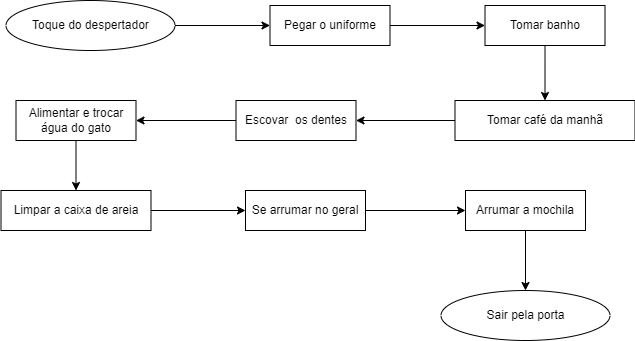
This is Atividade1.drawio.png from YasminTrembulack/draw.io, a draw.io export, as it was before one commit. Source tidied: cells renumbered, new cells last; positions are measured from the earlier drawing's top-left corner, leaving out a move shared by most shapes. Source of this version:
```xml
<mxGraphModel>
  <root>
    <mxCell id="0" />
    <mxCell id="1" parent="0" />
    <mxCell id="2" value="Toque do despertador" style="ellipse;whiteSpace=wrap;html=1;" parent="1" vertex="1">
      <mxGeometry x="4.5" width="169" height="50" as="geometry" />
    </mxCell>
    <mxCell id="3" value="Pegar o uniforme" style="rounded=0;whiteSpace=wrap;html=1;" parent="1" vertex="1">
      <mxGeometry x="268.5" y="5" width="120" height="40" as="geometry" />
    </mxCell>
    <mxCell id="4" style="endArrow=classic;html=1;rounded=0;exitX=1;exitY=0.5;exitDx=0;exitDy=0;entryX=0;entryY=0.5;entryDx=0;entryDy=0;" parent="1" edge="1" source="2" target="3">
      <mxGeometry relative="1" as="geometry" />
    </mxCell>
    <mxCell id="5" value="Tomar banho" style="rounded=0;whiteSpace=wrap;html=1;" parent="1" vertex="1">
      <mxGeometry x="483.5" y="5" width="120" height="40" as="geometry" />
    </mxCell>
    <mxCell id="6" style="endArrow=classic;html=1;rounded=0;exitX=1;exitY=0.5;exitDx=0;exitDy=0;entryX=0;entryY=0.5;entryDx=0;entryDy=0;" parent="1" edge="1" source="3" target="5">
      <mxGeometry relative="1" as="geometry" />
    </mxCell>
    <mxCell id="7" value="Tomar café da manhã" style="rounded=0;whiteSpace=wrap;html=1;" parent="1" vertex="1">
      <mxGeometry x="453.5" y="100" width="180" height="40" as="geometry" />
    </mxCell>
    <mxCell id="8" style="endArrow=classic;html=1;rounded=0;exitX=0.5;exitY=1;exitDx=0;exitDy=0;entryX=0.5;entryY=0;entryDx=0;entryDy=0;" parent="1" edge="1" source="5" target="7">
      <mxGeometry relative="1" as="geometry" />
    </mxCell>
    <mxCell id="9" value="Escovar&amp;nbsp; os dentes" style="rounded=0;whiteSpace=wrap;html=1;" parent="1" vertex="1">
      <mxGeometry x="234.5" y="100" width="120" height="40" as="geometry" />
    </mxCell>
    <mxCell id="10" value="Se arrumar no geral" style="rounded=0;whiteSpace=wrap;html=1;" parent="1" vertex="1">
      <mxGeometry x="244" y="190" width="120" height="40" as="geometry" />
    </mxCell>
    <mxCell id="11" value="Arrumar a mochila" style="rounded=0;whiteSpace=wrap;html=1;" parent="1" vertex="1">
      <mxGeometry x="464" y="190" width="120" height="40" as="geometry" />
    </mxCell>
    <mxCell id="12" value="Sair pela porta" style="ellipse;whiteSpace=wrap;html=1;" parent="1" vertex="1">
      <mxGeometry x="439.5" y="290" width="169" height="50" as="geometry" />
    </mxCell>
    <mxCell id="13" style="endArrow=classic;html=1;rounded=0;exitX=0;exitY=0.5;exitDx=0;exitDy=0;entryX=1;entryY=0.5;entryDx=0;entryDy=0;" parent="1" edge="1" source="7" target="9">
      <mxGeometry relative="1" as="geometry" />
    </mxCell>
    <mxCell id="14" style="endArrow=classic;html=1;rounded=0;exitX=0;exitY=0.5;exitDx=0;exitDy=0;entryX=1;entryY=0.5;entryDx=0;entryDy=0;" parent="1" edge="1" source="9" target="16">
      <mxGeometry relative="1" as="geometry" />
    </mxCell>
    <mxCell id="15" style="endArrow=classic;html=1;rounded=0;exitX=1;exitY=0.5;exitDx=0;exitDy=0;entryX=0;entryY=0.5;entryDx=0;entryDy=0;" parent="1" edge="1" source="10" target="11">
      <mxGeometry relative="1" as="geometry" />
    </mxCell>
    <mxCell id="16" value="Alimentar e trocar água do gato" style="rounded=0;whiteSpace=wrap;html=1;" parent="1" vertex="1">
      <mxGeometry x="14.5" y="100" width="120" height="40" as="geometry" />
    </mxCell>
    <mxCell id="17" value="Limpar a caixa de areia" style="rounded=0;whiteSpace=wrap;html=1;" parent="1" vertex="1">
      <mxGeometry x="-0.5" y="190" width="150" height="40" as="geometry" />
    </mxCell>
    <mxCell id="18" style="endArrow=classic;html=1;rounded=0;exitX=0.5;exitY=1;exitDx=0;exitDy=0;entryX=0.5;entryY=0;entryDx=0;entryDy=0;" parent="1" edge="1" source="16" target="17">
      <mxGeometry relative="1" as="geometry" />
    </mxCell>
    <mxCell id="19" style="endArrow=classic;html=1;rounded=0;entryX=0;entryY=0.5;entryDx=0;entryDy=0;exitX=1;exitY=0.5;exitDx=0;exitDy=0;" parent="1" edge="1" source="17" target="10">
      <mxGeometry relative="1" as="geometry" />
    </mxCell>
    <mxCell id="20" style="edgeStyle=orthogonalEdgeStyle;rounded=0;orthogonalLoop=1;jettySize=auto;html=1;exitX=0.5;exitY=1;exitDx=0;exitDy=0;" parent="1" edge="1" source="5" target="5">
      <mxGeometry relative="1" as="geometry" />
    </mxCell>
    <mxCell id="21" style="endArrow=classic;html=1;rounded=0;exitX=0.5;exitY=1;exitDx=0;exitDy=0;entryX=0.5;entryY=0;entryDx=0;entryDy=0;" parent="1" edge="1" source="11" target="12">
      <mxGeometry relative="1" as="geometry" />
    </mxCell>
  </root>
</mxGraphModel>
```
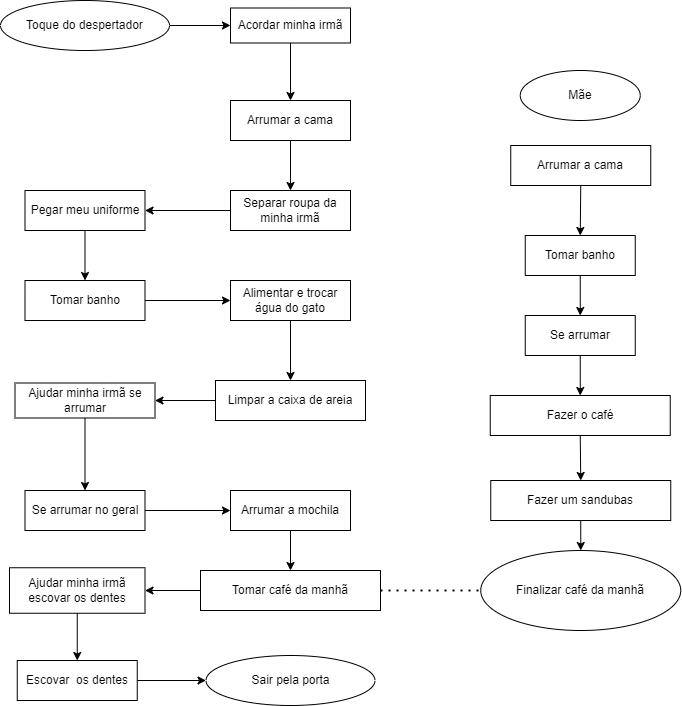
The same file after the commit.

What changed in the source:
```diff
@@ -3,64 +3,133 @@
     <mxCell id="0" />
     <mxCell id="1" parent="0" />
     <mxCell id="2" value="Toque do despertador" style="ellipse;whiteSpace=wrap;html=1;" parent="1" vertex="1">
-      <mxGeometry x="4.5" width="169" height="50" as="geometry" />
+      <mxGeometry x="-46" y="-70" width="169" height="50" as="geometry" />
     </mxCell>
-    <mxCell id="3" value="Pegar o uniforme" style="rounded=0;whiteSpace=wrap;html=1;" parent="1" vertex="1">
-      <mxGeometry x="268.5" y="5" width="120" height="40" as="geometry" />
+    <mxCell id="3" value="Separar roupa da minha irmã" style="rounded=0;whiteSpace=wrap;html=1;" parent="1" vertex="1">
+      <mxGeometry x="184" y="120" width="120" height="40" as="geometry" />
     </mxCell>
-    <mxCell id="4" style="endArrow=classic;html=1;rounded=0;exitX=1;exitY=0.5;exitDx=0;exitDy=0;entryX=0;entryY=0.5;entryDx=0;entryDy=0;" parent="1" edge="1" source="2" target="3">
+    <mxCell id="4" style="endArrow=classic;html=1;rounded=0;entryX=0;entryY=0.5;entryDx=0;entryDy=0;" parent="1" edge="1" source="2" target="22">
       <mxGeometry relative="1" as="geometry" />
     </mxCell>
     <mxCell id="5" value="Tomar banho" style="rounded=0;whiteSpace=wrap;html=1;" parent="1" vertex="1">
-      <mxGeometry x="483.5" y="5" width="120" height="40" as="geometry" />
+      <mxGeometry x="-21.5" y="210" width="120" height="40" as="geometry" />
     </mxCell>
-    <mxCell id="6" style="endArrow=classic;html=1;rounded=0;exitX=1;exitY=0.5;exitDx=0;exitDy=0;entryX=0;entryY=0.5;entryDx=0;entryDy=0;" parent="1" edge="1" source="3" target="5">
+    <mxCell id="6" style="endArrow=classic;html=1;rounded=0;exitX=0.5;exitY=1;exitDx=0;exitDy=0;entryX=0.5;entryY=0;entryDx=0;entryDy=0;" parent="1" edge="1" source="28" target="3">
       <mxGeometry relative="1" as="geometry" />
     </mxCell>
     <mxCell id="7" value="Tomar café da manhã" style="rounded=0;whiteSpace=wrap;html=1;" parent="1" vertex="1">
-      <mxGeometry x="453.5" y="100" width="180" height="40" as="geometry" />
+      <mxGeometry x="154" y="500" width="180" height="40" as="geometry" />
     </mxCell>
-    <mxCell id="8" style="endArrow=classic;html=1;rounded=0;exitX=0.5;exitY=1;exitDx=0;exitDy=0;entryX=0.5;entryY=0;entryDx=0;entryDy=0;" parent="1" edge="1" source="5" target="7">
+    <mxCell id="8" style="endArrow=classic;html=1;rounded=0;exitX=1;exitY=0.5;exitDx=0;exitDy=0;entryX=0;entryY=0.5;entryDx=0;entryDy=0;" parent="1" edge="1" source="5" target="16">
       <mxGeometry relative="1" as="geometry" />
     </mxCell>
-    <mxCell id="9" value="Escovar&amp;nbsp; os dentes" style="rounded=0;whiteSpace=wrap;html=1;" parent="1" vertex="1">
-      <mxGeometry x="234.5" y="100" width="120" height="40" as="geometry" />
-    </mxCell>
     <mxCell id="10" value="Se arrumar no geral" style="rounded=0;whiteSpace=wrap;html=1;" parent="1" vertex="1">
-      <mxGeometry x="244" y="190" width="120" height="40" as="geometry" />
+      <mxGeometry x="-21.5" y="420" width="120" height="40" as="geometry" />
     </mxCell>
     <mxCell id="11" value="Arrumar a mochila" style="rounded=0;whiteSpace=wrap;html=1;" parent="1" vertex="1">
-      <mxGeometry x="464" y="190" width="120" height="40" as="geometry" />
+      <mxGeometry x="184" y="420" width="120" height="40" as="geometry" />
     </mxCell>
     <mxCell id="12" value="Sair pela porta" style="ellipse;whiteSpace=wrap;html=1;" parent="1" vertex="1">
-      <mxGeometry x="439.5" y="290" width="169" height="50" as="geometry" />
+      <mxGeometry x="159.5" y="585" width="169" height="50" as="geometry" />
     </mxCell>
-    <mxCell id="13" style="endArrow=classic;html=1;rounded=0;exitX=0;exitY=0.5;exitDx=0;exitDy=0;entryX=1;entryY=0.5;entryDx=0;entryDy=0;" parent="1" edge="1" source="7" target="9">
+    <mxCell id="13" style="endArrow=classic;html=1;rounded=0;exitX=0.5;exitY=1;exitDx=0;exitDy=0;entryX=0.5;entryY=0;entryDx=0;entryDy=0;" parent="1" edge="1" source="24" target="5">
       <mxGeometry relative="1" as="geometry" />
     </mxCell>
-    <mxCell id="14" style="endArrow=classic;html=1;rounded=0;exitX=0;exitY=0.5;exitDx=0;exitDy=0;entryX=1;entryY=0.5;entryDx=0;entryDy=0;" parent="1" edge="1" source="9" target="16">
+    <mxCell id="14" style="endArrow=classic;html=1;rounded=0;exitX=1;exitY=0.5;exitDx=0;exitDy=0;entryX=0;entryY=0.5;entryDx=0;entryDy=0;" parent="1" edge="1" source="10" target="11">
       <mxGeometry relative="1" as="geometry" />
     </mxCell>
-    <mxCell id="15" style="endArrow=classic;html=1;rounded=0;exitX=1;exitY=0.5;exitDx=0;exitDy=0;entryX=0;entryY=0.5;entryDx=0;entryDy=0;" parent="1" edge="1" source="10" target="11">
+    <mxCell id="15" style="endArrow=classic;html=1;rounded=0;exitX=0.5;exitY=1;exitDx=0;exitDy=0;entryX=0.5;entryY=0;entryDx=0;entryDy=0;" parent="1" edge="1" source="30" target="31">
       <mxGeometry relative="1" as="geometry" />
     </mxCell>
     <mxCell id="16" value="Alimentar e trocar água do gato" style="rounded=0;whiteSpace=wrap;html=1;" parent="1" vertex="1">
-      <mxGeometry x="14.5" y="100" width="120" height="40" as="geometry" />
+      <mxGeometry x="184" y="210" width="120" height="40" as="geometry" />
     </mxCell>
     <mxCell id="17" value="Limpar a caixa de areia" style="rounded=0;whiteSpace=wrap;html=1;" parent="1" vertex="1">
-      <mxGeometry x="-0.5" y="190" width="150" height="40" as="geometry" />
+      <mxGeometry x="169" y="310" width="150" height="40" as="geometry" />
     </mxCell>
     <mxCell id="18" style="endArrow=classic;html=1;rounded=0;exitX=0.5;exitY=1;exitDx=0;exitDy=0;entryX=0.5;entryY=0;entryDx=0;entryDy=0;" parent="1" edge="1" source="16" target="17">
       <mxGeometry relative="1" as="geometry" />
     </mxCell>
-    <mxCell id="19" style="endArrow=classic;html=1;rounded=0;entryX=0;entryY=0.5;entryDx=0;entryDy=0;exitX=1;exitY=0.5;exitDx=0;exitDy=0;" parent="1" edge="1" source="17" target="10">
+    <mxCell id="19" style="endArrow=classic;html=1;rounded=0;exitX=0;exitY=0.5;exitDx=0;exitDy=0;entryX=1;entryY=0.5;entryDx=0;entryDy=0;" parent="1" edge="1" source="17" target="27">
       <mxGeometry relative="1" as="geometry" />
     </mxCell>
     <mxCell id="20" style="edgeStyle=orthogonalEdgeStyle;rounded=0;orthogonalLoop=1;jettySize=auto;html=1;exitX=0.5;exitY=1;exitDx=0;exitDy=0;" parent="1" edge="1" source="5" target="5">
       <mxGeometry relative="1" as="geometry" />
     </mxCell>
-    <mxCell id="21" style="endArrow=classic;html=1;rounded=0;exitX=0.5;exitY=1;exitDx=0;exitDy=0;entryX=0.5;entryY=0;entryDx=0;entryDy=0;" parent="1" edge="1" source="11" target="12">
+    <mxCell id="21" style="endArrow=classic;html=1;rounded=0;entryX=0.5;entryY=0;entryDx=0;entryDy=0;exitX=0.5;exitY=1;exitDx=0;exitDy=0;" parent="1" edge="1" source="32" target="34">
       <mxGeometry relative="1" as="geometry" />
     </mxCell>
+    <mxCell id="22" value="Acordar minha irmã" style="rounded=0;whiteSpace=wrap;html=1;" parent="1" vertex="1">
+      <mxGeometry x="184" y="-62.5" width="120" height="35" as="geometry" />
+    </mxCell>
+    <mxCell id="23" style="endArrow=classic;html=1;rounded=0;exitX=0.5;exitY=1;exitDx=0;exitDy=0;entryX=0.5;entryY=0;entryDx=0;entryDy=0;" parent="1" edge="1" source="22" target="28">
+      <mxGeometry relative="1" as="geometry" />
+    </mxCell>
+    <mxCell id="24" value="Pegar meu uniforme" style="rounded=0;whiteSpace=wrap;html=1;" parent="1" vertex="1">
+      <mxGeometry x="-21.5" y="120" width="120" height="40" as="geometry" />
+    </mxCell>
+    <mxCell id="25" style="endArrow=classic;html=1;rounded=0;entryX=1;entryY=0.5;entryDx=0;entryDy=0;exitX=0;exitY=0.5;exitDx=0;exitDy=0;" parent="1" edge="1" source="3" target="24">
+      <mxGeometry relative="1" as="geometry" />
+    </mxCell>
+    <mxCell id="26" style="endArrow=classic;html=1;rounded=0;exitX=0.5;exitY=1;exitDx=0;exitDy=0;entryX=0.5;entryY=0;entryDx=0;entryDy=0;" parent="1" edge="1" source="27" target="10">
+      <mxGeometry relative="1" as="geometry" />
+    </mxCell>
+    <mxCell id="27" value="Ajudar minha irmã se arrumar" style="rounded=0;whiteSpace=wrap;html=1;" parent="1" vertex="1">
+      <mxGeometry x="-31.5" y="312.5" width="140" height="35" as="geometry" />
+    </mxCell>
+    <mxCell id="28" value="Arrumar a cama" style="rounded=0;whiteSpace=wrap;html=1;" parent="1" vertex="1">
+      <mxGeometry x="184" y="30" width="120" height="40" as="geometry" />
+    </mxCell>
+    <mxCell id="29" value="Mãe" style="ellipse;whiteSpace=wrap;html=1;" parent="1" vertex="1">
+      <mxGeometry x="473.8" width="120" height="50" as="geometry" />
+    </mxCell>
+    <mxCell id="30" value="Arrumar a cama" style="rounded=0;whiteSpace=wrap;html=1;" parent="1" vertex="1">
+      <mxGeometry x="464.2" y="75" width="140" height="40" as="geometry" />
+    </mxCell>
+    <mxCell id="31" value="Tomar banho" style="rounded=0;whiteSpace=wrap;html=1;" parent="1" vertex="1">
+      <mxGeometry x="478.8" y="165" width="110" height="40" as="geometry" />
+    </mxCell>
+    <mxCell id="32" value="Fazer o café" style="rounded=0;whiteSpace=wrap;html=1;" parent="1" vertex="1">
+      <mxGeometry x="443.8" y="325" width="180" height="40" as="geometry" />
+    </mxCell>
+    <mxCell id="33" style="endArrow=classic;html=1;rounded=0;entryX=0.5;entryY=0;entryDx=0;entryDy=0;exitX=0.5;exitY=1;exitDx=0;exitDy=0;" parent="1" edge="1" source="39" target="32">
+      <mxGeometry relative="1" as="geometry" />
+    </mxCell>
+    <mxCell id="34" value="Fazer um sandubas" style="rounded=0;whiteSpace=wrap;html=1;" parent="1" vertex="1">
+      <mxGeometry x="444.2" y="410" width="180" height="40" as="geometry" />
+    </mxCell>
+    <mxCell id="35" value="Ajudar minha irmã escovar os dentes" style="rounded=0;whiteSpace=wrap;html=1;" parent="1" vertex="1">
+      <mxGeometry x="-37" y="497.2" width="135.5" height="45.5" as="geometry" />
+    </mxCell>
+    <mxCell id="36" value="Finalizar café da manhã" style="ellipse;whiteSpace=wrap;html=1;" parent="1" vertex="1">
+      <mxGeometry x="434.2" y="480" width="200" height="80" as="geometry" />
+    </mxCell>
+    <mxCell id="37" style="endArrow=classic;html=1;rounded=0;entryX=0.5;entryY=0;entryDx=0;entryDy=0;exitX=0.5;exitY=1;exitDx=0;exitDy=0;" parent="1" edge="1" source="34" target="36">
+      <mxGeometry relative="1" as="geometry" />
+    </mxCell>
+    <mxCell id="38" style="endArrow=classic;html=1;rounded=0;entryX=0.5;entryY=0;entryDx=0;entryDy=0;exitX=0.5;exitY=1;exitDx=0;exitDy=0;" parent="1" edge="1" source="11" target="7">
+      <mxGeometry relative="1" as="geometry" />
+    </mxCell>
+    <mxCell id="9" value="Escovar&amp;nbsp; os dentes" style="rounded=0;whiteSpace=wrap;html=1;" parent="1" vertex="1">
+      <mxGeometry x="-29.2" y="590" width="120" height="40" as="geometry" />
+    </mxCell>
+    <mxCell id="39" value="Se arrumar" style="rounded=0;whiteSpace=wrap;html=1;" parent="1" vertex="1">
+      <mxGeometry x="478.8" y="245" width="110" height="40" as="geometry" />
+    </mxCell>
+    <mxCell id="40" style="endArrow=classic;html=1;rounded=0;entryX=0.5;entryY=0;entryDx=0;entryDy=0;exitX=0.5;exitY=1;exitDx=0;exitDy=0;" parent="1" edge="1" source="31" target="39">
+      <mxGeometry relative="1" as="geometry" />
+    </mxCell>
+    <mxCell id="41" style="endArrow=classic;html=1;rounded=0;entryX=1;entryY=0.5;entryDx=0;entryDy=0;exitX=0;exitY=0.5;exitDx=0;exitDy=0;" parent="1" edge="1" source="7" target="35">
+      <mxGeometry relative="1" as="geometry" />
+    </mxCell>
+    <mxCell id="42" style="endArrow=classic;html=1;rounded=0;entryX=0.5;entryY=0;entryDx=0;entryDy=0;exitX=0.5;exitY=1;exitDx=0;exitDy=0;" parent="1" edge="1" source="35" target="9">
+      <mxGeometry relative="1" as="geometry" />
+    </mxCell>
+    <mxCell id="43" style="endArrow=classic;html=1;rounded=0;entryX=0;entryY=0.5;entryDx=0;entryDy=0;exitX=1;exitY=0.5;exitDx=0;exitDy=0;" parent="1" edge="1" source="9" target="12">
+      <mxGeometry relative="1" as="geometry" />
+    </mxCell>
+    <mxCell id="44" style="endArrow=none;dashed=1;html=1;dashPattern=1 3;strokeWidth=2;rounded=0;entryX=0;entryY=0.5;entryDx=0;entryDy=0;exitX=1;exitY=0.5;exitDx=0;exitDy=0;" parent="1" edge="1" source="7" target="36">
+      <mxGeometry relative="1" as="geometry" />
+    </mxCell>
   </root>
 </mxGraphModel>
```
